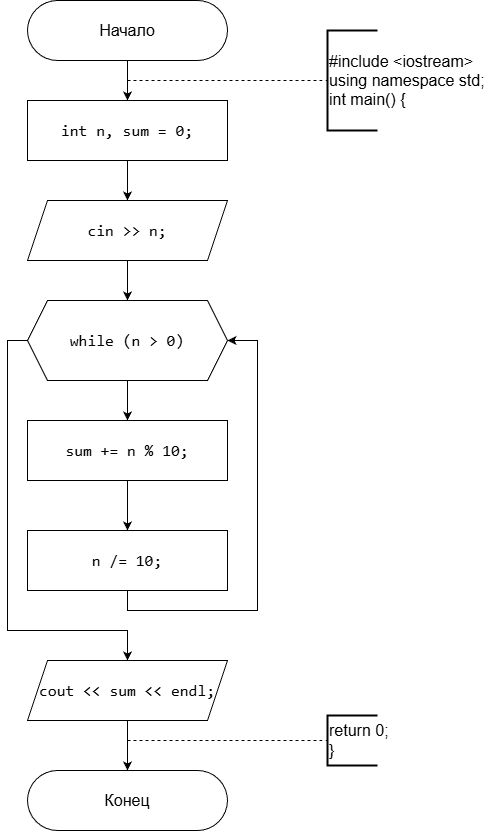
This is Sem_1/2_14/2_14_block_scheme.png from egovcevivan/Labs_PSTU, a draw.io export, as it was before one commit. Source tidied: cells renumbered, new cells last; positions are measured from the earlier drawing's top-left corner, leaving out a move shared by most shapes.
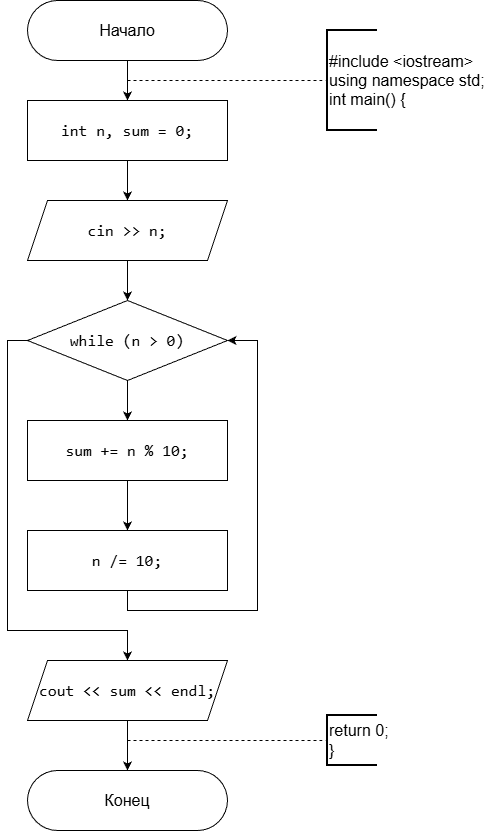
Above is the later version.

Commit message:
Fixed block-schemes 2_14, 2_15, 2_16, 2_18, 2_21

Diff of the diagram source:
```diff
@@ -22,17 +22,22 @@
     <mxCell id="7" value="#include &amp;lt;iostream&amp;gt;&lt;div&gt;using namespace std;&lt;/div&gt;&lt;div&gt;int main() {&lt;/div&gt;" style="strokeWidth=2;html=1;shape=mxgraph.flowchart.annotation_1;align=left;fontSize=16;" parent="1" vertex="1">
       <mxGeometry x="320" y="30" width="50" height="100" as="geometry" />
     </mxCell>
-    <mxCell id="8" style="edgeStyle=orthogonalEdgeStyle;rounded=0;jettySize=auto;html=1;" parent="1" edge="1" source="9" target="12">
-      <mxGeometry relative="1" as="geometry" />
+    <mxCell id="8" style="edgeStyle=orthogonalEdgeStyle;rounded=0;jettySize=auto;html=1;" parent="1" edge="1" source="9">
+      <mxGeometry relative="1" as="geometry">
+        <mxPoint x="120" y="300" as="targetPoint" />
+      </mxGeometry>
     </mxCell>
     <mxCell id="9" value="&lt;div style=&quot;font-family: Consolas, &amp;quot;Courier New&amp;quot;, monospace; line-height: 22px; white-space: pre;&quot;&gt;&lt;span style=&quot;&quot;&gt;cin&lt;/span&gt; &lt;span style=&quot;&quot;&gt;&amp;gt;&amp;gt;&lt;/span&gt; &lt;span style=&quot;&quot;&gt;n&lt;/span&gt;;&lt;/div&gt;" style="shape=parallelogram;perimeter=parallelogramPerimeter;whiteSpace=wrap;html=1;fixedSize=1;fontSize=16;labelBackgroundColor=none;fontColor=default;" parent="1" vertex="1">
       <mxGeometry x="20" y="200" width="200" height="60" as="geometry" />
     </mxCell>
-    <mxCell id="10" style="edgeStyle=orthogonalEdgeStyle;rounded=0;jettySize=auto;html=1;" parent="1" edge="1" source="12" target="14">
-      <mxGeometry relative="1" as="geometry" />
+    <mxCell id="10" style="edgeStyle=orthogonalEdgeStyle;rounded=0;jettySize=auto;html=1;" parent="1" edge="1" target="14">
+      <mxGeometry relative="1" as="geometry">
+        <mxPoint x="120" y="380" as="sourcePoint" />
+      </mxGeometry>
     </mxCell>
-    <mxCell id="11" style="edgeStyle=orthogonalEdgeStyle;rounded=0;jettySize=auto;html=1;exitX=0;exitY=0.5;exitDx=0;exitDy=0;" parent="1" edge="1" source="12" target="18">
+    <mxCell id="11" style="edgeStyle=orthogonalEdgeStyle;rounded=0;jettySize=auto;html=1;exitX=0;exitY=0.5;exitDx=0;exitDy=0;" parent="1" edge="1" target="18">
       <mxGeometry relative="1" as="geometry">
+        <mxPoint x="20" y="340" as="sourcePoint" />
         <Array as="points">
           <mxPoint y="340" />
           <mxPoint y="630" />
@@ -40,17 +45,15 @@
         </Array>
       </mxGeometry>
     </mxCell>
-    <mxCell id="12" value="&lt;div style=&quot;font-family: Consolas, &amp;quot;Courier New&amp;quot;, monospace; line-height: 22px; white-space: pre;&quot;&gt;&lt;span style=&quot;&quot;&gt;while&lt;/span&gt; (&lt;span style=&quot;&quot;&gt;n&lt;/span&gt; &lt;span style=&quot;&quot;&gt;&amp;gt;&lt;/span&gt; &lt;span style=&quot;&quot;&gt;0&lt;/span&gt;)&lt;/div&gt;" style="shape=hexagon;perimeter=hexagonPerimeter2;whiteSpace=wrap;html=1;fixedSize=1;fontSize=16;fontColor=default;labelBackgroundColor=none;" parent="1" vertex="1">
-      <mxGeometry x="20" y="300" width="200" height="80" as="geometry" />
-    </mxCell>
     <mxCell id="13" style="edgeStyle=orthogonalEdgeStyle;rounded=0;jettySize=auto;html=1;" parent="1" edge="1" source="14" target="16">
       <mxGeometry relative="1" as="geometry" />
     </mxCell>
     <mxCell id="14" value="&lt;div style=&quot;font-family: Consolas, &amp;quot;Courier New&amp;quot;, monospace; line-height: 22px; white-space: pre;&quot;&gt;&lt;span style=&quot;&quot;&gt;sum&lt;/span&gt; &lt;span style=&quot;&quot;&gt;+=&lt;/span&gt; &lt;span style=&quot;&quot;&gt;n&lt;/span&gt; &lt;span style=&quot;&quot;&gt;%&lt;/span&gt; &lt;span style=&quot;&quot;&gt;10&lt;/span&gt;;&lt;/div&gt;" style="rounded=0;whiteSpace=wrap;html=1;fontSize=16;fontColor=default;labelBackgroundColor=none;" parent="1" vertex="1">
       <mxGeometry x="20" y="420" width="200" height="60" as="geometry" />
     </mxCell>
-    <mxCell id="15" style="edgeStyle=orthogonalEdgeStyle;rounded=0;jettySize=auto;html=1;exitX=0.5;exitY=1;exitDx=0;exitDy=0;entryX=1;entryY=0.5;entryDx=0;entryDy=0;" parent="1" edge="1" source="16" target="12">
+    <mxCell id="15" style="edgeStyle=orthogonalEdgeStyle;rounded=0;jettySize=auto;html=1;exitX=0.5;exitY=1;exitDx=0;exitDy=0;entryX=1;entryY=0.5;entryDx=0;entryDy=0;" parent="1" edge="1" source="16">
       <mxGeometry relative="1" as="geometry">
+        <mxPoint x="220" y="340" as="targetPoint" />
         <Array as="points">
           <mxPoint x="120" y="610" />
           <mxPoint x="250" y="610" />
@@ -78,5 +81,8 @@
     <mxCell id="21" value="return 0;&lt;div&gt;}&lt;/div&gt;" style="strokeWidth=2;html=1;shape=mxgraph.flowchart.annotation_1;align=left;fontSize=16;" parent="1" vertex="1">
       <mxGeometry x="320" y="715" width="50" height="50" as="geometry" />
     </mxCell>
+    <mxCell id="12" value="&lt;span style=&quot;font-family: Consolas, &amp;quot;Courier New&amp;quot;, monospace; font-size: 16px; white-space: pre;&quot;&gt;while&lt;/span&gt;&lt;span style=&quot;font-family: Consolas, &amp;quot;Courier New&amp;quot;, monospace; font-size: 16px; white-space: pre;&quot;&gt; (&lt;/span&gt;&lt;span style=&quot;font-family: Consolas, &amp;quot;Courier New&amp;quot;, monospace; font-size: 16px; white-space: pre;&quot;&gt;n&lt;/span&gt;&lt;span style=&quot;font-family: Consolas, &amp;quot;Courier New&amp;quot;, monospace; font-size: 16px; white-space: pre;&quot;&gt; &lt;/span&gt;&lt;span style=&quot;font-family: Consolas, &amp;quot;Courier New&amp;quot;, monospace; font-size: 16px; white-space: pre;&quot;&gt;&amp;gt;&lt;/span&gt;&lt;span style=&quot;font-family: Consolas, &amp;quot;Courier New&amp;quot;, monospace; font-size: 16px; white-space: pre;&quot;&gt; &lt;/span&gt;&lt;span style=&quot;font-family: Consolas, &amp;quot;Courier New&amp;quot;, monospace; font-size: 16px; white-space: pre;&quot;&gt;0&lt;/span&gt;&lt;span style=&quot;font-family: Consolas, &amp;quot;Courier New&amp;quot;, monospace; font-size: 16px; white-space: pre;&quot;&gt;)&lt;/span&gt;" style="rhombus;whiteSpace=wrap;html=1;" parent="1" vertex="1">
+      <mxGeometry x="20" y="300" width="200" height="80" as="geometry" />
+    </mxCell>
   </root>
 </mxGraphModel>
```
